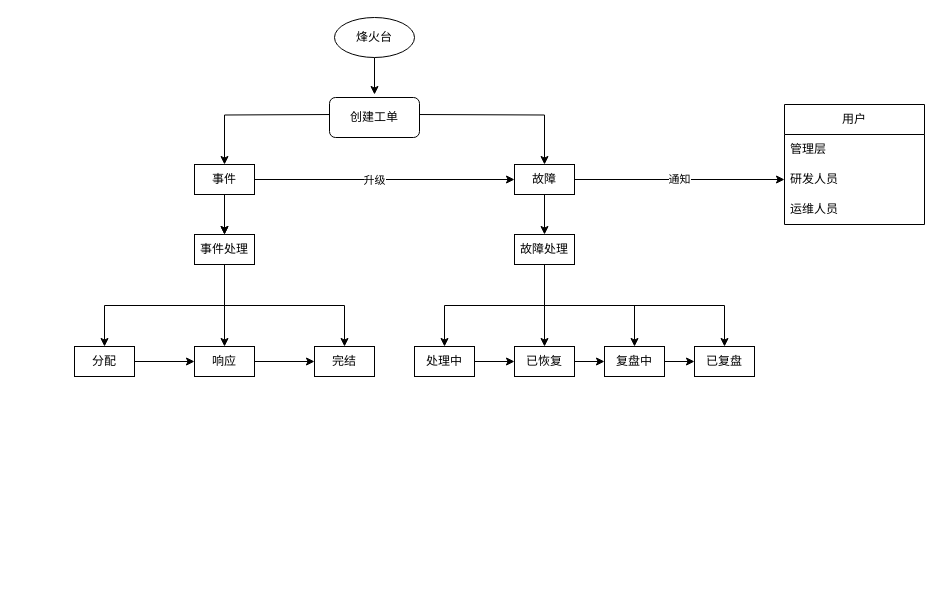
The draw.io diagram resources/运维事件中心.drawio in buleice/-, before the edit. Source tidied: cells renumbered, new cells numbered last; positions are measured from the earlier drawing's top-left corner, leaving out a move shared by most shapes. Both pictures are drawn from the tidied source at 100%, with x=0, y=0 at pixel (74, 17).
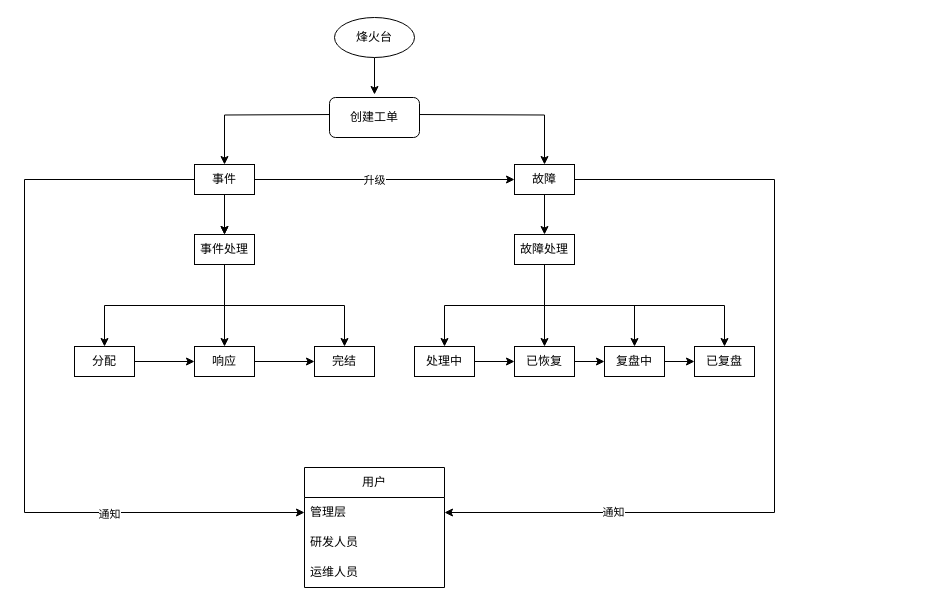
The same page after the edit.

Commit message (it also covers changes not shown here):
更新运维事件中心.drawio

Unchanged cells that the change refers to:
```xml
<mxCell id="6" value="事件" style="rounded=0;whiteSpace=wrap;html=1;" parent="1" vertex="1">
  <mxGeometry x="120" y="147" width="60" height="30" as="geometry" />
</mxCell>
<mxCell id="10" value="故障" style="rounded=0;whiteSpace=wrap;html=1;" parent="1" vertex="1">
  <mxGeometry x="440" y="147" width="60" height="30" as="geometry" />
</mxCell>
<mxCell id="24" value="管理层" style="text;strokeColor=none;fillColor=none;align=left;verticalAlign=middle;spacingLeft=4;spacingRight=4;overflow=hidden;points=[[0,0.5],[1,0.5]];portConstraint=eastwest;whiteSpace=wrap;html=1;" parent="23" vertex="1">
  <mxGeometry y="30" width="140" height="30" as="geometry" />
</mxCell>
<mxCell id="25" value="研发人员" style="text;strokeColor=none;fillColor=none;align=left;verticalAlign=middle;spacingLeft=4;spacingRight=4;overflow=hidden;points=[[0,0.5],[1,0.5]];portConstraint=eastwest;whiteSpace=wrap;html=1;" parent="23" vertex="1">
  <mxGeometry y="60" width="140" height="30" as="geometry" />
</mxCell>
```

What changed in the source:
```diff
@@
+    <mxCell id="41" style="edgeStyle=orthogonalEdgeStyle;rounded=0;jettySize=auto;html=1;exitX=0;exitY=0.5;exitDx=0;exitDy=0;entryX=0;entryY=0.5;entryDx=0;entryDy=0;" parent="1" edge="1" source="6" target="24">
+      <mxGeometry relative="1" as="geometry">
+        <Array as="points">
+          <mxPoint x="-50" y="162" />
+          <mxPoint x="-50" y="495" />
+        </Array>
+      </mxGeometry>
+    </mxCell>
+    <mxCell id="42" value="通知" style="edgeLabel;html=1;align=center;verticalAlign=middle;" parent="41" vertex="1">
+      <mxGeometry x="0.5" y="-1" relative="1" as="geometry" />
+    </mxCell>
@@
-    <mxCell id="7" style="edgeStyle=orthogonalEdgeStyle;rounded=0;jettySize=auto;html=1;exitX=1;exitY=0.5;exitDx=0;exitDy=0;entryX=0;entryY=0.5;entryDx=0;entryDy=0;" parent="1" edge="1" source="10" target="25">
-      <mxGeometry relative="1" as="geometry" />
-    </mxCell>
-    <mxCell id="8" value="通知" style="edgeLabel;html=1;align=center;verticalAlign=middle;" parent="7" vertex="1">
-      <mxGeometry x="-0.01" y="-4" relative="1" as="geometry">
-        <mxPoint y="-5" as="offset" />
-      </mxGeometry>
-    </mxCell>
@@
+    <mxCell id="43" style="edgeStyle=orthogonalEdgeStyle;rounded=0;jettySize=auto;html=1;exitX=1;exitY=0.5;exitDx=0;exitDy=0;entryX=1;entryY=0.5;entryDx=0;entryDy=0;" parent="1" edge="1" source="10" target="24">
+      <mxGeometry relative="1" as="geometry">
+        <Array as="points">
+          <mxPoint x="700" y="162" />
+          <mxPoint x="700" y="495" />
+        </Array>
+      </mxGeometry>
+    </mxCell>
+    <mxCell id="44" value="通知" style="edgeLabel;html=1;align=center;verticalAlign=middle;" parent="43" vertex="1">
+      <mxGeometry x="0.61" y="-1" relative="1" as="geometry" />
+    </mxCell>
@@
     <mxCell id="23" value="用户" style="swimlane;fontStyle=0;horizontal=1;startSize=30;whiteSpace=wrap;html=1;" parent="1" vertex="1">
-      <mxGeometry x="710" y="87" width="140" height="120" as="geometry" />
+      <mxGeometry x="230" y="450" width="140" height="120" as="geometry" />
     </mxCell>
```
